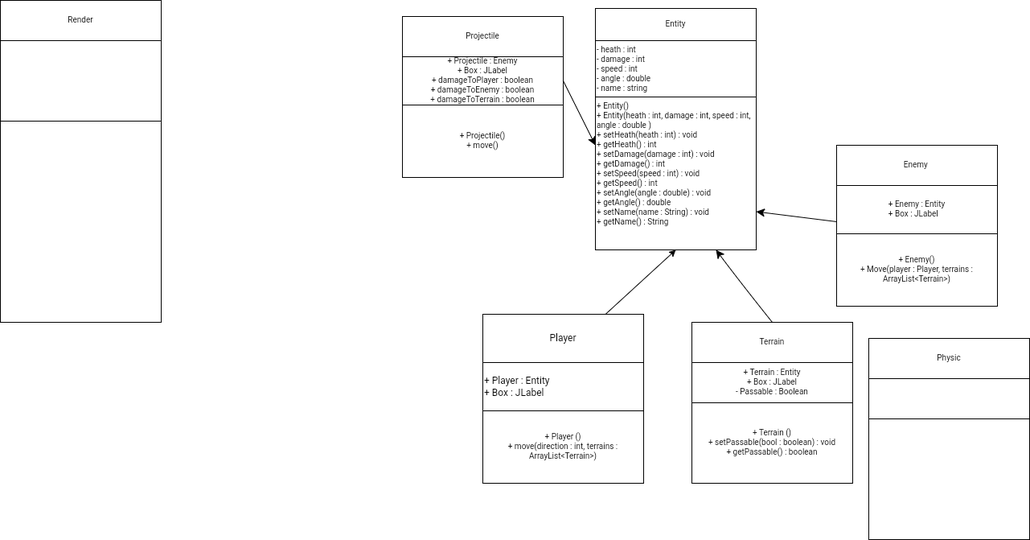
Above: Guides/Class Diagram.drawio.png in Anh39/Bomberman (draw.io), before the change. Source tidied: cells renumbered, new cells last; positions are measured from the earlier drawing's top-left corner, leaving out a move shared by most shapes.
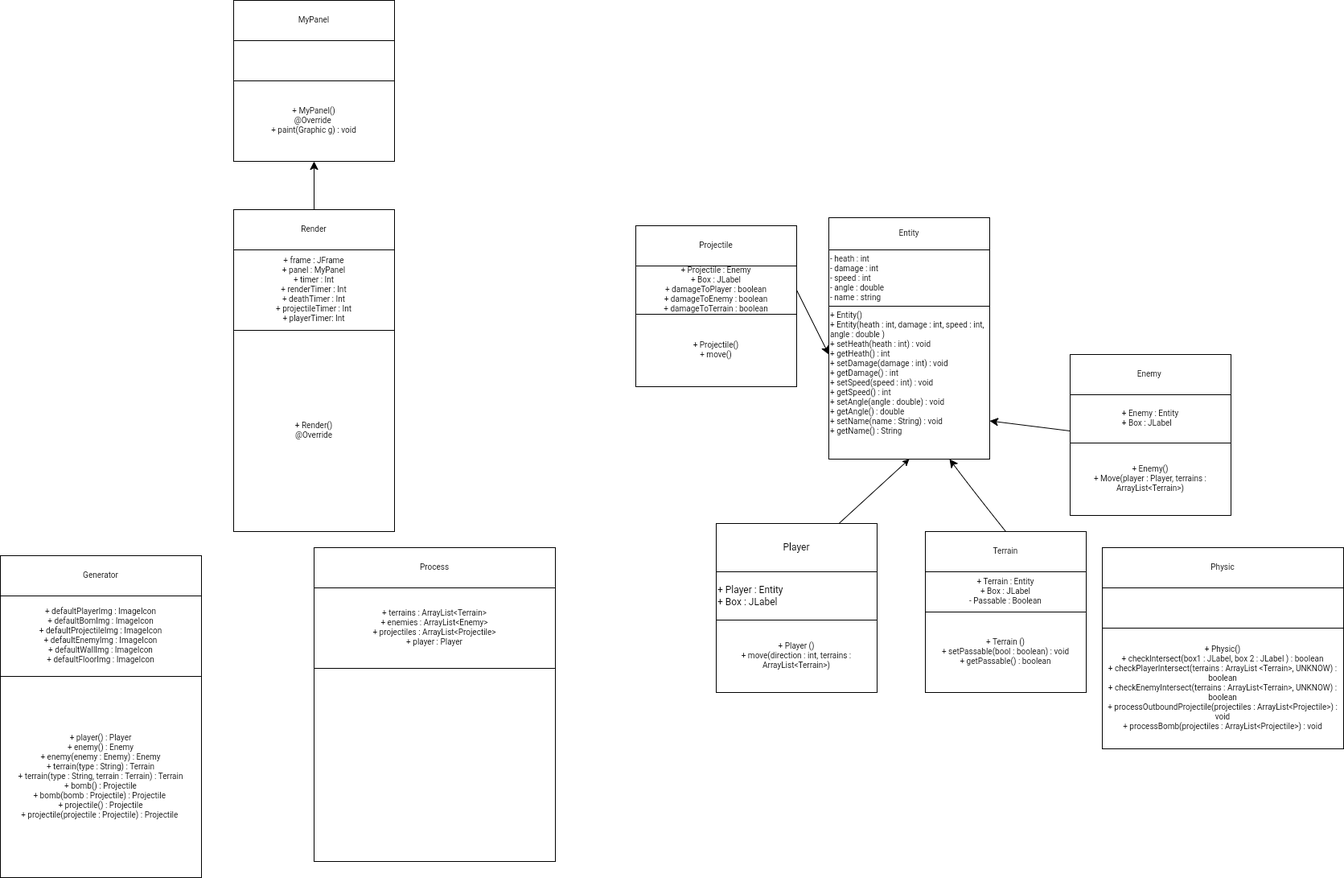
After the change.

The edit, as a diff of the source:
```diff
@@ -2,6 +2,9 @@
   <root>
     <mxCell id="0" />
     <mxCell id="1" parent="0" />
+    <mxCell id="33" style="rounded=0;whiteSpace=wrap;html=1;fontSize=10;" parent="1" vertex="1">
+      <mxGeometry y="-260" width="200" height="200" as="geometry" />
+    </mxCell>
     <mxCell id="2" style="rounded=0;whiteSpace=wrap;html=1;fontSize=10;" parent="1" vertex="1">
       <mxGeometry width="200" height="400" as="geometry" />
     </mxCell>
@@ -86,22 +89,61 @@
       </mxGeometry>
     </mxCell>
     <mxCell id="27" style="rounded=0;whiteSpace=wrap;html=1;fontSize=10;" parent="1" vertex="1">
-      <mxGeometry x="1080" y="420" width="200" height="250" as="geometry" />
+      <mxGeometry x="1080" y="420" width="300" height="250" as="geometry" />
     </mxCell>
     <mxCell id="28" value="Physic" style="rounded=0;whiteSpace=wrap;html=1;fontSize=10;" parent="1" vertex="1">
-      <mxGeometry x="1080" y="420" width="200" height="50" as="geometry" />
+      <mxGeometry x="1080" y="420" width="300" height="50" as="geometry" />
     </mxCell>
     <mxCell id="29" style="rounded=0;whiteSpace=wrap;html=1;fontSize=10;" parent="1" vertex="1">
-      <mxGeometry x="1080" y="470" width="200" height="50" as="geometry" />
+      <mxGeometry x="1080" y="470" width="300" height="50" as="geometry" />
     </mxCell>
-    <mxCell id="30" style="rounded=0;whiteSpace=wrap;html=1;fontSize=10;" parent="1" vertex="1">
-      <mxGeometry x="1080" y="520" width="200" height="150" as="geometry" />
+    <mxCell id="30" value="+ Physic()&lt;br&gt;+ checkIntersect(box1 : JLabel, box 2 : JLabel ) : boolean&lt;br&gt;+ checkPlayerIntersect(terrains : ArrayList &amp;lt;Terrain&amp;gt;, UNKNOW) : boolean&lt;br&gt;+ checkEnemyIntersect(terrains : ArrayList&amp;lt;Terrain&amp;gt;, UNKNOW) : boolean&lt;br&gt;+ processOutboundProjectile(projectiles : ArrayList&amp;lt;Projectile&amp;gt;) : void&lt;br&gt;+ processBomb(projectiles : ArrayList&amp;lt;Projectile&amp;gt;) : void&lt;br&gt;" style="rounded=0;whiteSpace=wrap;html=1;fontSize=10;" parent="1" vertex="1">
+      <mxGeometry x="1080" y="520" width="300" height="150" as="geometry" />
     </mxCell>
     <mxCell id="31" value="Render" style="rounded=0;whiteSpace=wrap;html=1;fontSize=10;" parent="1" vertex="1">
       <mxGeometry width="200" height="50" as="geometry" />
     </mxCell>
-    <mxCell id="32" style="rounded=0;whiteSpace=wrap;html=1;fontSize=10;" parent="1" vertex="1">
+    <mxCell id="32" value="+ frame : JFrame&lt;br&gt;+ panel : MyPanel&lt;br&gt;+ timer : Int&lt;br&gt;+ renderTimer : Int&lt;br&gt;+ deathTimer : Int&lt;br&gt;+ projectileTimer : Int&lt;br&gt;+ playerTimer: Int" style="rounded=0;whiteSpace=wrap;html=1;fontSize=10;" parent="1" vertex="1">
       <mxGeometry y="50" width="200" height="100" as="geometry" />
     </mxCell>
+    <mxCell id="34" value="MyPanel" style="rounded=0;whiteSpace=wrap;html=1;fontSize=10;" parent="1" vertex="1">
+      <mxGeometry y="-260" width="200" height="50" as="geometry" />
+    </mxCell>
+    <mxCell id="35" style="rounded=0;whiteSpace=wrap;html=1;fontSize=10;" parent="1" vertex="1">
+      <mxGeometry y="-210" width="200" height="50" as="geometry" />
+    </mxCell>
+    <mxCell id="36" value="+ MyPanel()&lt;br&gt;@Override&amp;nbsp;&lt;br&gt;+ paint(Graphic g) : void" style="rounded=0;whiteSpace=wrap;html=1;fontSize=10;" parent="1" vertex="1">
+      <mxGeometry y="-160" width="200" height="100" as="geometry" />
+    </mxCell>
+    <mxCell id="37" style="endArrow=classic;html=1;rounded=0;fontSize=10;startSize=8;endSize=8;curved=1;" parent="1" edge="1">
+      <mxGeometry relative="1" as="geometry">
+        <mxPoint x="100" as="sourcePoint" />
+        <mxPoint x="100" y="-60" as="targetPoint" />
+      </mxGeometry>
+    </mxCell>
+    <mxCell id="38" value="+ Render()&lt;br&gt;@Override" style="rounded=0;whiteSpace=wrap;html=1;fontSize=10;" parent="1" vertex="1">
+      <mxGeometry y="150" width="200" height="250" as="geometry" />
+    </mxCell>
+    <mxCell id="39" style="rounded=0;whiteSpace=wrap;html=1;fontSize=10;" parent="1" vertex="1">
+      <mxGeometry x="100" y="420" width="300" height="390" as="geometry" />
+    </mxCell>
+    <mxCell id="40" value="Process" style="rounded=0;whiteSpace=wrap;html=1;fontSize=10;" parent="1" vertex="1">
+      <mxGeometry x="100" y="420" width="300" height="50" as="geometry" />
+    </mxCell>
+    <mxCell id="41" value="+ terrains : ArrayList&amp;lt;Terrain&amp;gt;&lt;br&gt;+ enemies : ArrayList&amp;lt;Enemy&amp;gt;&lt;br&gt;+ projectiles : ArrayList&amp;lt;Projectile&amp;gt;&lt;br&gt;+ player : Player" style="rounded=0;whiteSpace=wrap;html=1;fontSize=10;" parent="1" vertex="1">
+      <mxGeometry x="100" y="470" width="300" height="100" as="geometry" />
+    </mxCell>
+    <mxCell id="42" style="rounded=0;whiteSpace=wrap;html=1;fontSize=10;" parent="1" vertex="1">
+      <mxGeometry x="-290" y="430" width="250" height="400" as="geometry" />
+    </mxCell>
+    <mxCell id="43" value="Generator" style="rounded=0;whiteSpace=wrap;html=1;fontSize=10;" parent="1" vertex="1">
+      <mxGeometry x="-290" y="430" width="250" height="50" as="geometry" />
+    </mxCell>
+    <mxCell id="44" value="+ defaultPlayerImg : ImageIcon&lt;br&gt;+ defaultBomImg : ImageIcon&lt;br&gt;+ defaultProjectileImg : ImageIcon&lt;br&gt;+ defaultEnemyImg : ImageIcon&lt;br&gt;+ defaultWallImg : ImageIcon&lt;br&gt;+ defaultFloorImg : ImageIcon" style="rounded=0;whiteSpace=wrap;html=1;fontSize=10;" parent="1" vertex="1">
+      <mxGeometry x="-290" y="480" width="250" height="100" as="geometry" />
+    </mxCell>
+    <mxCell id="45" value="+ player() : Player&lt;br&gt;+ enemy() : Enemy&lt;br&gt;+ enemy(enemy : Enemy) : Enemy&lt;br&gt;+ terrain(type : String) : Terrain&lt;br&gt;+ terrain(type : String, terrain : Terrain) : Terrain&lt;br&gt;+ bomb() : Projectile&lt;br&gt;+ bomb(bomb : Projectile) : Projectile&amp;nbsp;&lt;br&gt;+ projectile() : Projectile&lt;br&gt;+ projectile(projectile : Projectile) : Projectile&amp;nbsp;" style="rounded=0;whiteSpace=wrap;html=1;fontSize=10;" parent="1" vertex="1">
+      <mxGeometry x="-290" y="580" width="250" height="250" as="geometry" />
+    </mxCell>
   </root>
 </mxGraphModel>
```
